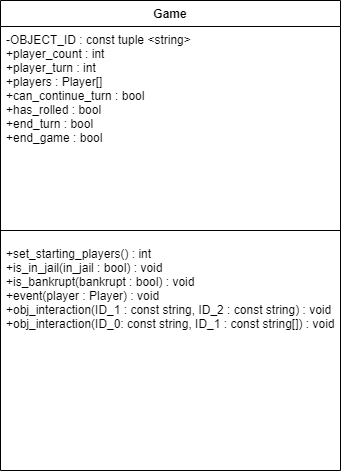
Before: references/uml/Game_Monopoly_UML.drawio.png, a diagram exported from draw.io (NReedel/Monopoly). Source tidied: cells renumbered, new cells last; positions are measured from the earlier drawing's top-left corner, leaving out a move shared by most shapes.
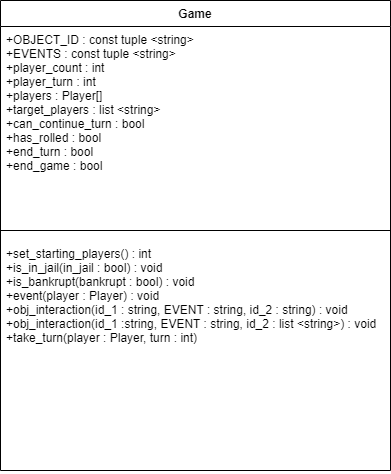
After the change.

The edit, as a diff of the source:
```diff
@@ -3,16 +3,16 @@
     <mxCell id="0" />
     <mxCell id="1" parent="0" />
     <mxCell id="2" value="Game" style="swimlane;fontStyle=1;align=center;verticalAlign=top;horizontal=1;startSize=26;" parent="1" vertex="1">
-      <mxGeometry width="340" height="470" as="geometry" />
+      <mxGeometry width="390" height="470" as="geometry" />
     </mxCell>
-    <mxCell id="3" value="-OBJECT_ID : const tuple &lt;string&gt;&#10;+player_count : int &#10;+player_turn : int&#10;+players : Player[]&#10;+can_continue_turn : bool&#10;+has_rolled : bool&#10;+end_turn : bool&#10;+end_game : bool&#10;" style="text;strokeColor=none;fillColor=none;align=left;verticalAlign=top;spacingLeft=4;spacingRight=4;overflow=hidden;" parent="2" vertex="1">
-      <mxGeometry y="26" width="340" height="194" as="geometry" />
+    <mxCell id="3" value="+OBJECT_ID : const tuple &lt;string&gt;&#10;+EVENTS : const tuple &lt;string&gt;&#10;+player_count : int &#10;+player_turn : int&#10;+players : Player[]&#10;+target_players : list &lt;string&gt;&#10;+can_continue_turn : bool&#10;+has_rolled : bool&#10;+end_turn : bool&#10;+end_game : bool&#10;" style="text;strokeColor=none;fillColor=none;align=left;verticalAlign=top;spacingLeft=4;spacingRight=4;overflow=hidden;" parent="2" vertex="1">
+      <mxGeometry y="26" width="390" height="194" as="geometry" />
     </mxCell>
     <mxCell id="4" style="line;strokeWidth=1;fillColor=none;align=left;verticalAlign=middle;spacingTop=-1;spacingLeft=3;spacingRight=3;labelPosition=right;strokeColor=inherit;" parent="2" vertex="1">
-      <mxGeometry y="220" width="340" height="20" as="geometry" />
+      <mxGeometry y="220" width="390" height="20" as="geometry" />
     </mxCell>
-    <mxCell id="5" value="+set_starting_players() : int&#10;+is_in_jail(in_jail : bool) : void&#10;+is_bankrupt(bankrupt : bool) : void&#10;+event(player : Player) : void&#10;+obj_interaction(ID_1 : const string, ID_2 : const string) : void&#10;+obj_interaction(ID_0: const string, ID_1 : const string[]) : void&#10;&#10;" style="text;strokeColor=none;fillColor=none;align=left;verticalAlign=top;spacingLeft=4;spacingRight=4;overflow=hidden;" parent="2" vertex="1">
-      <mxGeometry y="240" width="340" height="230" as="geometry" />
+    <mxCell id="5" value="+set_starting_players() : int&#10;+is_in_jail(in_jail : bool) : void&#10;+is_bankrupt(bankrupt : bool) : void&#10;+event(player : Player) : void&#10;+obj_interaction(id_1 : string, EVENT : string, id_2 : string) : void&#10;+obj_interaction(id_1 :string, EVENT : string, id_2 : list &lt;string&gt;) : void&#10;+take_turn(player : Player, turn : int)&#10;" style="text;strokeColor=none;fillColor=none;align=left;verticalAlign=top;spacingLeft=4;spacingRight=4;overflow=hidden;" parent="2" vertex="1">
+      <mxGeometry y="240" width="390" height="230" as="geometry" />
     </mxCell>
   </root>
 </mxGraphModel>
```
